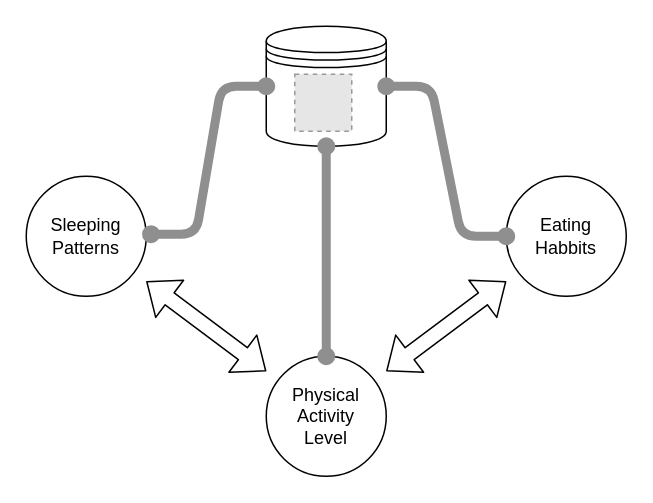
Before: Untitled Diagram.drawio in s-fleck/charts, a draw.io diagram. Source tidied: cells renumbered, new cells numbered last; positions are measured from the earlier drawing's top-left corner, leaving out a move shared by most shapes. Both pictures are drawn from the tidied source at 150%, with x=0, y=0 at pixel (26, 26). Pictures stored in the file or linked from it are replaced by grey dashed boxes.
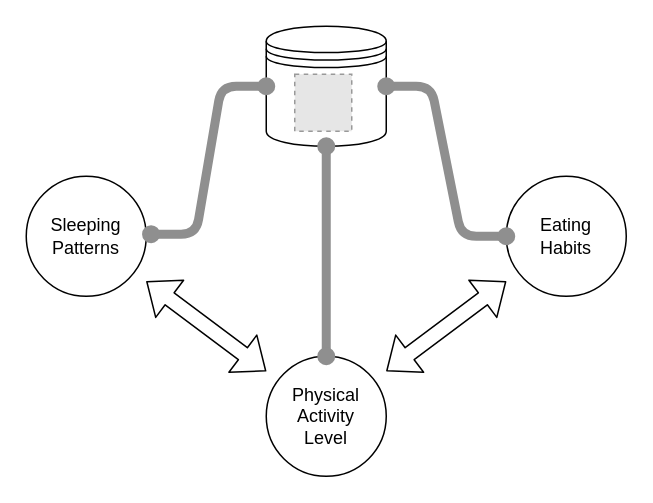
Above is the later version.

Change to the diagram source:
```diff
@@
 <mxGraphModel>
   <root>
     <mxCell id="0" />
     <mxCell id="1" parent="0" />
     <mxCell id="2" value="Physical&lt;br&gt;Activity&lt;br&gt;Level&lt;br&gt;" style="ellipse;whiteSpace=wrap;html=1;" parent="1" vertex="1">
       <mxGeometry x="160" y="220" width="80" height="80" as="geometry" />
     </mxCell>
-    <mxCell id="3" value="Eating Habbits" style="ellipse;whiteSpace=wrap;html=1;" parent="1" vertex="1">
+    <mxCell id="3" value="Eating &lt;br&gt;Habits" style="ellipse;whiteSpace=wrap;html=1;" parent="1" vertex="1">
       <mxGeometry x="320" y="100" width="80" height="80" as="geometry" />
     </mxCell>
     <mxCell id="4" value="Sleeping Patterns&lt;br&gt;" style="ellipse;whiteSpace=wrap;html=1;" parent="1" vertex="1">
       <mxGeometry y="100" width="80" height="80" as="geometry" />
     </mxCell>
     <mxCell id="5" style="shape=flexArrow;endArrow=classic;startArrow=classic;html=1;" parent="1" edge="1">
       <mxGeometry relative="1" as="geometry">
         <mxPoint x="80" y="170" as="sourcePoint" />
         <mxPoint x="160" y="230" as="targetPoint" />
       </mxGeometry>
     </mxCell>
     <mxCell id="6" style="shape=flexArrow;endArrow=classic;startArrow=classic;html=1;" parent="1" edge="1">
       <mxGeometry relative="1" as="geometry">
         <mxPoint x="240" y="230" as="sourcePoint" />
         <mxPoint x="320" y="170" as="targetPoint" />
       </mxGeometry>
     </mxCell>
     <mxCell id="7" style="shape=datastore;whiteSpace=wrap;html=1;" parent="1" vertex="1">
       <mxGeometry x="160" width="80" height="80" as="geometry" />
     </mxCell>
     <mxCell id="8" style="endArrow=oval;html=1;exitX=0.5;exitY=1;exitDx=0;exitDy=0;entryX=0.5;entryY=0;entryDx=0;entryDy=0;strokeColor=#8F8F8F;strokeWidth=6;edgeStyle=orthogonalEdgeStyle;endFill=0;curved=1;startArrow=oval;startFill=0;" parent="1" edge="1" source="7" target="2">
       <mxGeometry relative="1" as="geometry" />
     </mxCell>
     <mxCell id="9" style="endArrow=oval;html=1;strokeColor=#8F8F8F;strokeWidth=6;edgeStyle=entityRelationEdgeStyle;endFill=0;startArrow=oval;startFill=0;" parent="1" edge="1" target="3">
       <mxGeometry relative="1" as="geometry">
         <mxPoint x="240" y="40" as="sourcePoint" />
       </mxGeometry>
     </mxCell>
     <mxCell id="10" style="endArrow=oval;html=1;exitX=1.04;exitY=0.483;exitDx=0;exitDy=0;strokeColor=#8F8F8F;strokeWidth=6;edgeStyle=entityRelationEdgeStyle;endFill=0;startArrow=oval;startFill=0;exitPerimeter=0;entryX=0;entryY=0.5;entryDx=0;entryDy=0;" parent="1" edge="1" source="4" target="7">
       <mxGeometry relative="1" as="geometry" />
     </mxCell>
     <mxCell id="11" style="fillColor=#E6E6E6;strokeColor=#999999;dashed=1;html=1;verticalAlign=top;verticalLabelPosition=bottom;labelBackgroundColor=#ffffff;" parent="1" vertex="1">
       <mxGeometry x="179" y="32" width="38" height="38" as="geometry" />
     </mxCell>
   </root>
 </mxGraphModel>
```
